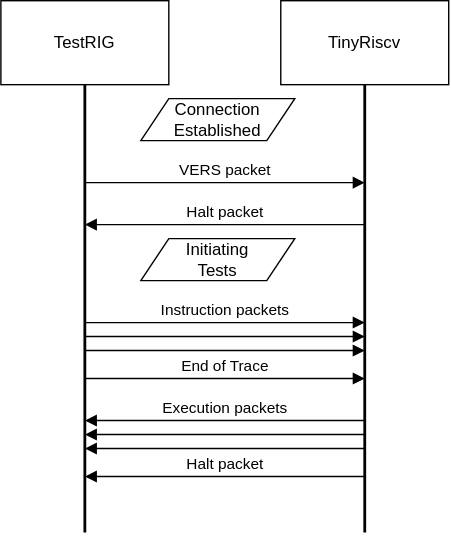
Earlier version of the draw.io export first_communication.svg (CTSRD-CHERI/TestRIG). Source tidied: cells renumbered, new cells last; positions are measured from the earlier drawing's top-left corner, leaving out a move shared by most shapes. The source it was exported from:
```xml
<mxGraphModel>
  <root>
    <mxCell id="0" />
    <mxCell id="1" parent="0" />
    <mxCell id="2" value="VERS packet" style="html=1;verticalAlign=bottom;endArrow=block;edgeStyle=elbowEdgeStyle;elbow=vertical;curved=0;rounded=0;" parent="1" edge="1">
      <mxGeometry relative="1" as="geometry">
        <mxPoint x="60" y="130" as="sourcePoint" />
        <mxPoint x="260" y="130" as="targetPoint" />
        <Array as="points">
          <mxPoint x="145" y="130" />
        </Array>
      </mxGeometry>
    </mxCell>
    <mxCell id="3" value="Halt packet" style="html=1;verticalAlign=bottom;endArrow=block;edgeStyle=elbowEdgeStyle;elbow=vertical;curved=0;rounded=0;" parent="1" edge="1">
      <mxGeometry relative="1" as="geometry">
        <mxPoint x="260" y="160" as="sourcePoint" />
        <mxPoint x="60" y="160" as="targetPoint" />
        <Array as="points">
          <mxPoint x="150" y="160" />
        </Array>
      </mxGeometry>
    </mxCell>
    <mxCell id="4" value="TestRIG" style="rounded=0;whiteSpace=wrap;html=1;" parent="1" vertex="1">
      <mxGeometry width="120" height="60" as="geometry" />
    </mxCell>
    <mxCell id="5" value="Connection&lt;div&gt;Established&lt;/div&gt;" style="shape=parallelogram;perimeter=parallelogramPerimeter;whiteSpace=wrap;html=1;fixedSize=1;" parent="1" vertex="1">
      <mxGeometry x="100" y="70" width="110" height="30" as="geometry" />
    </mxCell>
    <mxCell id="6" style="endArrow=none;html=1;rounded=0;entryX=0.5;entryY=1;entryDx=0;entryDy=0;strokeWidth=2;" parent="1" edge="1" target="4">
      <mxGeometry relative="1" as="geometry">
        <mxPoint x="60" y="380" as="sourcePoint" />
      </mxGeometry>
    </mxCell>
    <mxCell id="7" style="endArrow=none;html=1;rounded=0;entryX=0.5;entryY=1;entryDx=0;entryDy=0;strokeWidth=2;" parent="1" edge="1">
      <mxGeometry relative="1" as="geometry">
        <mxPoint x="260" y="380" as="sourcePoint" />
        <mxPoint x="260" y="60" as="targetPoint" />
      </mxGeometry>
    </mxCell>
    <mxCell id="8" value="TinyRiscv" style="rounded=0;whiteSpace=wrap;html=1;" parent="1" vertex="1">
      <mxGeometry x="200" width="120" height="60" as="geometry" />
    </mxCell>
    <mxCell id="9" value="Initiating&lt;div&gt;Tests&lt;/div&gt;" style="shape=parallelogram;perimeter=parallelogramPerimeter;whiteSpace=wrap;html=1;fixedSize=1;" parent="1" vertex="1">
      <mxGeometry x="100" y="170" width="110" height="30" as="geometry" />
    </mxCell>
    <mxCell id="10" value="Instruction packets" style="html=1;verticalAlign=bottom;endArrow=block;edgeStyle=elbowEdgeStyle;elbow=vertical;curved=0;rounded=0;" parent="1" edge="1">
      <mxGeometry relative="1" as="geometry">
        <mxPoint x="60" y="230" as="sourcePoint" />
        <mxPoint x="260" y="230" as="targetPoint" />
        <Array as="points">
          <mxPoint x="140" y="230" />
        </Array>
      </mxGeometry>
    </mxCell>
    <mxCell id="11" style="html=1;verticalAlign=bottom;endArrow=block;edgeStyle=elbowEdgeStyle;elbow=vertical;curved=0;rounded=0;" parent="1" edge="1">
      <mxGeometry relative="1" as="geometry">
        <mxPoint x="60" y="240" as="sourcePoint" />
        <mxPoint x="260" y="240" as="targetPoint" />
        <Array as="points">
          <mxPoint x="140" y="240" />
        </Array>
      </mxGeometry>
    </mxCell>
    <mxCell id="12" value="End of Trace" style="html=1;verticalAlign=bottom;endArrow=block;edgeStyle=elbowEdgeStyle;elbow=vertical;curved=0;rounded=0;" parent="1" edge="1">
      <mxGeometry relative="1" as="geometry">
        <mxPoint x="60" y="270" as="sourcePoint" />
        <mxPoint x="260" y="270" as="targetPoint" />
        <Array as="points">
          <mxPoint x="140" y="270" />
        </Array>
      </mxGeometry>
    </mxCell>
    <mxCell id="13" value="Execution packets" style="html=1;verticalAlign=bottom;endArrow=block;edgeStyle=elbowEdgeStyle;elbow=vertical;curved=0;rounded=0;" parent="1" edge="1">
      <mxGeometry relative="1" as="geometry">
        <mxPoint x="260" y="300" as="sourcePoint" />
        <mxPoint x="60" y="300" as="targetPoint" />
        <Array as="points">
          <mxPoint x="150" y="300" />
        </Array>
      </mxGeometry>
    </mxCell>
    <mxCell id="14" style="html=1;verticalAlign=bottom;endArrow=block;edgeStyle=elbowEdgeStyle;elbow=vertical;curved=0;rounded=0;" parent="1" edge="1">
      <mxGeometry relative="1" as="geometry">
        <mxPoint x="260" y="310" as="sourcePoint" />
        <mxPoint x="60" y="310" as="targetPoint" />
        <Array as="points">
          <mxPoint x="150" y="310" />
        </Array>
      </mxGeometry>
    </mxCell>
    <mxCell id="15" value="Halt packet" style="html=1;verticalAlign=bottom;endArrow=block;edgeStyle=elbowEdgeStyle;elbow=vertical;curved=0;rounded=0;" parent="1" edge="1">
      <mxGeometry relative="1" as="geometry">
        <mxPoint x="260" y="340" as="sourcePoint" />
        <mxPoint x="60" y="340" as="targetPoint" />
        <Array as="points">
          <mxPoint x="150" y="340" />
        </Array>
      </mxGeometry>
    </mxCell>
    <mxCell id="16" style="html=1;verticalAlign=bottom;endArrow=block;edgeStyle=elbowEdgeStyle;elbow=vertical;curved=0;rounded=0;" parent="1" edge="1">
      <mxGeometry relative="1" as="geometry">
        <mxPoint x="60" y="250" as="sourcePoint" />
        <mxPoint x="260" y="250" as="targetPoint" />
        <Array as="points">
          <mxPoint x="140" y="250" />
        </Array>
      </mxGeometry>
    </mxCell>
    <mxCell id="17" style="html=1;verticalAlign=bottom;endArrow=block;edgeStyle=elbowEdgeStyle;elbow=vertical;curved=0;rounded=0;" parent="1" edge="1">
      <mxGeometry relative="1" as="geometry">
        <mxPoint x="260" y="320" as="sourcePoint" />
        <mxPoint x="60" y="320" as="targetPoint" />
        <Array as="points">
          <mxPoint x="150" y="320" />
        </Array>
      </mxGeometry>
    </mxCell>
  </root>
</mxGraphModel>
```
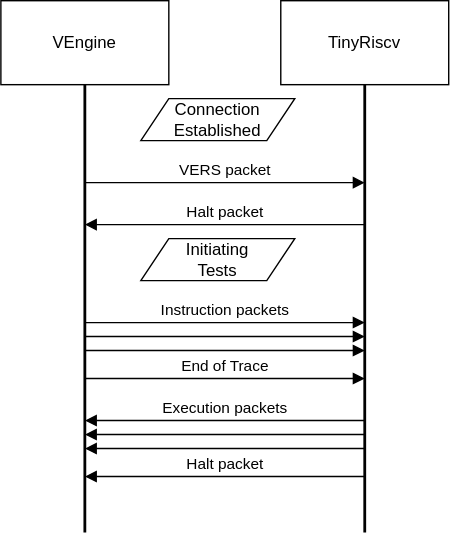
After the commit.

Change to the diagram source:
```diff
@@ -20,7 +20,7 @@
         </Array>
       </mxGeometry>
     </mxCell>
-    <mxCell id="4" value="TestRIG" style="rounded=0;whiteSpace=wrap;html=1;" parent="1" vertex="1">
+    <mxCell id="4" value="VEngine" style="rounded=0;whiteSpace=wrap;html=1;" parent="1" vertex="1">
       <mxGeometry width="120" height="60" as="geometry" />
     </mxCell>
     <mxCell id="5" value="Connection&lt;div&gt;Established&lt;/div&gt;" style="shape=parallelogram;perimeter=parallelogramPerimeter;whiteSpace=wrap;html=1;fixedSize=1;" parent="1" vertex="1">
```
